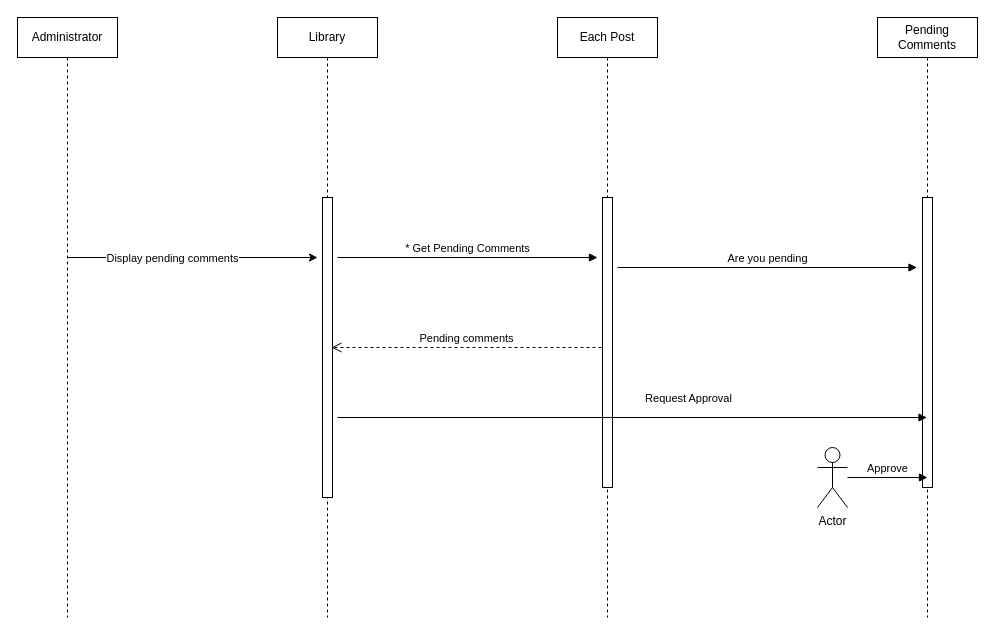
Before: sq.drawio in kantnisha/draw.io, a draw.io diagram. Source tidied: cells renumbered, new cells numbered last; positions are measured from the earlier drawing's top-left corner, leaving out a move shared by most shapes. Both pictures are drawn from the tidied source at 100%, with x=0, y=0 at pixel (17, 17).
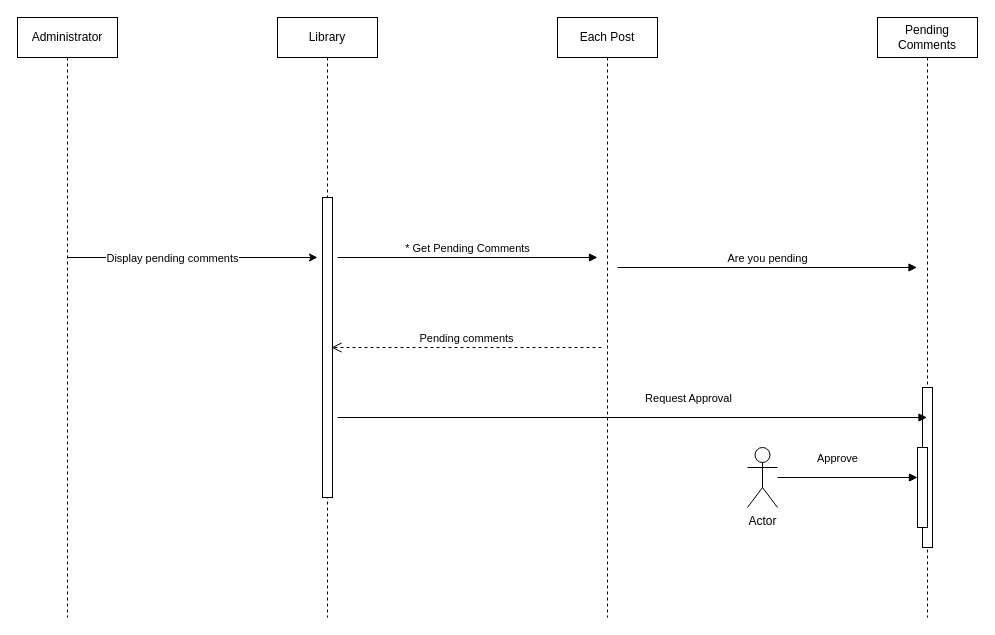
After the change.

Unchanged cells that the change refers to:
```xml
<mxCell id="5" value="Each Post" style="shape=umlLifeline;perimeter=lifelinePerimeter;whiteSpace=wrap;html=1;newEdgeStyle={&quot;curved&quot;:0,&quot;rounded&quot;:0};" parent="1" vertex="1">
  <mxGeometry x="540" width="100" height="600" as="geometry" />
</mxCell>
<mxCell id="7" value="Pending Comments" style="shape=umlLifeline;perimeter=lifelinePerimeter;whiteSpace=wrap;html=1;outlineConnect=0;portConstraint=eastwest;newEdgeStyle={&quot;curved&quot;:0,&quot;rounded&quot;:0};" parent="1" vertex="1">
  <mxGeometry x="860" width="100" height="600" as="geometry" />
</mxCell>
```

Change to the diagram source:
```diff
@@
-    <mxCell id="6" style="html=1;perimeter=orthogonalPerimeter;targetShapes=umlLifeline;newEdgeStyle={&quot;curved&quot;:0,&quot;rounded&quot;:0};" parent="5" vertex="1">
-      <mxGeometry x="45" y="180" width="10" height="290" as="geometry" />
-    </mxCell>
@@
     <mxCell id="8" style="html=1;perimeter=orthogonalPerimeter;targetShapes=umlLifeline;newEdgeStyle={&quot;curved&quot;:0,&quot;rounded&quot;:0};" parent="7" vertex="1">
-      <mxGeometry x="45" y="180" width="10" height="290" as="geometry" />
+      <mxGeometry x="45" y="370" width="10" height="160" as="geometry" />
     </mxCell>
@@
-    <mxCell id="15" value="Approve" style="html=1;verticalAlign=bottom;endArrow=block;curved=0;rounded=0;" parent="1" edge="1">
-      <mxGeometry relative="1" as="geometry">
-        <mxPoint x="830" y="460" as="sourcePoint" />
+    <mxCell id="15" value="Approve" style="html=1;verticalAlign=bottom;endArrow=block;curved=0;rounded=0;" parent="1" edge="1" source="18">
+      <mxGeometry y="91" relative="1" as="geometry">
         <mxPoint x="910" y="460" as="targetPoint" />
+        <mxPoint x="-90" y="-10" as="offset" />
       </mxGeometry>
     </mxCell>
     <mxCell id="16" value="Actor" style="shape=umlActor;verticalLabelPosition=bottom;verticalAlign=top;html=1;" parent="1" vertex="1">
-      <mxGeometry x="800" y="430" width="30" height="60" as="geometry" />
+      <mxGeometry x="730" y="430" width="30" height="60" as="geometry" />
     </mxCell>
+    <mxCell id="17" style="html=1;verticalAlign=bottom;endArrow=block;curved=0;rounded=0;" parent="1" edge="1" source="16" target="18">
+      <mxGeometry relative="1" as="geometry" />
+    </mxCell>
+    <mxCell id="18" style="html=1;points=[[0,0,0,0,5],[0,1,0,0,-5],[1,0,0,0,5],[1,1,0,0,-5]];perimeter=orthogonalPerimeter;outlineConnect=0;targetShapes=umlLifeline;portConstraint=eastwest;newEdgeStyle={&quot;curved&quot;:0,&quot;rounded&quot;:0};" parent="1" vertex="1">
+      <mxGeometry x="900" y="430" width="10" height="80" as="geometry" />
+    </mxCell>
```
